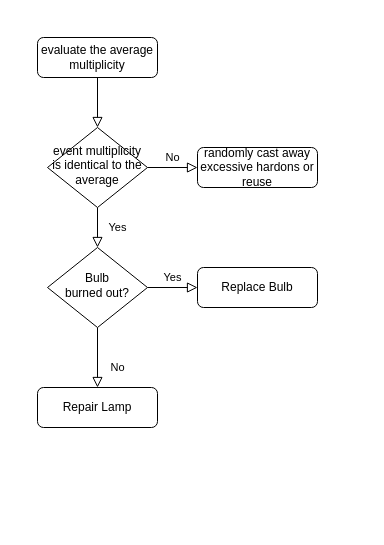
Earlier version of the draw.io diagram universe_manuscript.drawio (gamebm/draw.io). Source tidied: cells renumbered, new cells numbered last; positions are measured from the earlier drawing's top-left corner, leaving out a move shared by most shapes. Both pictures are drawn from the tidied source at 100%, with x=0, y=0 at pixel (37, 37).
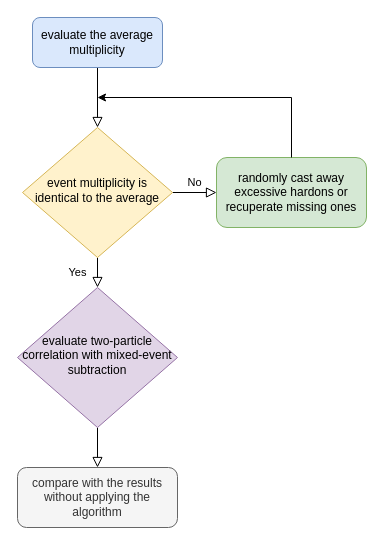
The same diagram, later.

Diff of the diagram source:
```diff
@@
 <mxGraphModel>
   <root>
     <mxCell id="0" />
     <mxCell id="1" parent="0" />
     <mxCell id="2" style="rounded=0;html=1;jettySize=auto;fontSize=11;endArrow=block;endFill=0;endSize=8;strokeWidth=1;shadow=0;labelBackgroundColor=none;edgeStyle=orthogonalEdgeStyle;" parent="1" edge="1" source="3" target="6">
       <mxGeometry relative="1" as="geometry" />
     </mxCell>
-    <mxCell id="3" value="evaluate the average multiplicity" style="rounded=1;whiteSpace=wrap;html=1;fontSize=12;glass=0;strokeWidth=1;shadow=0;" parent="1" vertex="1">
-      <mxGeometry width="120" height="40" as="geometry" />
+    <mxCell id="3" value="evaluate the average multiplicity" style="rounded=1;whiteSpace=wrap;html=1;fontSize=12;glass=0;strokeWidth=1;shadow=0;fillColor=#dae8fc;strokeColor=#6c8ebf;" parent="1" vertex="1">
+      <mxGeometry x="-5" y="-20" width="130" height="50" as="geometry" />
     </mxCell>
     <mxCell id="4" value="Yes" style="rounded=0;html=1;jettySize=auto;fontSize=11;endArrow=block;endFill=0;endSize=8;strokeWidth=1;shadow=0;labelBackgroundColor=none;edgeStyle=orthogonalEdgeStyle;" parent="1" edge="1" source="6" target="10">
       <mxGeometry y="20" relative="1" as="geometry" />
     </mxCell>
     <mxCell id="5" value="No" style="edgeStyle=orthogonalEdgeStyle;rounded=0;html=1;jettySize=auto;fontSize=11;endArrow=block;endFill=0;endSize=8;strokeWidth=1;shadow=0;labelBackgroundColor=none;" parent="1" edge="1" source="6" target="7">
       <mxGeometry y="10" relative="1" as="geometry" />
     </mxCell>
-    <mxCell id="6" value="event multiplicity is identical to the average" style="rhombus;whiteSpace=wrap;html=1;shadow=0;fontFamily=Helvetica;fontSize=12;align=center;strokeWidth=1;spacing=6;spacingTop=-4;" parent="1" vertex="1">
-      <mxGeometry x="10" y="90" width="100" height="80" as="geometry" />
+    <mxCell id="6" value="event multiplicity is identical to the average" style="rhombus;whiteSpace=wrap;html=1;shadow=0;fontFamily=Helvetica;fontSize=12;align=center;strokeWidth=1;spacing=6;spacingTop=-4;fillColor=#fff2cc;strokeColor=#d6b656;" parent="1" vertex="1">
+      <mxGeometry x="-15" y="90" width="150" height="130" as="geometry" />
     </mxCell>
-    <mxCell id="7" value="randomly cast away excessive hardons or reuse " style="rounded=1;whiteSpace=wrap;html=1;fontSize=12;glass=0;strokeWidth=1;shadow=0;" parent="1" vertex="1">
-      <mxGeometry x="160" y="110" width="120" height="40" as="geometry" />
+    <mxCell id="7" value="randomly cast away excessive hardons or recuperate missing ones " style="rounded=1;whiteSpace=wrap;html=1;fontSize=12;glass=0;strokeWidth=1;shadow=0;fillColor=#d5e8d4;strokeColor=#82b366;" parent="1" vertex="1">
+      <mxGeometry x="179" y="120" width="150" height="70" as="geometry" />
     </mxCell>
-    <mxCell id="8" value="No" style="rounded=0;html=1;jettySize=auto;fontSize=11;endArrow=block;endFill=0;endSize=8;strokeWidth=1;shadow=0;labelBackgroundColor=none;edgeStyle=orthogonalEdgeStyle;" parent="1" edge="1" source="10" target="11">
+    <mxCell id="8" style="rounded=0;html=1;jettySize=auto;fontSize=11;endArrow=block;endFill=0;endSize=8;strokeWidth=1;shadow=0;labelBackgroundColor=none;edgeStyle=orthogonalEdgeStyle;" parent="1" edge="1" source="10" target="11">
       <mxGeometry x="0.33" y="20" relative="1" as="geometry" />
     </mxCell>
-    <mxCell id="9" value="Yes" style="edgeStyle=orthogonalEdgeStyle;rounded=0;html=1;jettySize=auto;fontSize=11;endArrow=block;endFill=0;endSize=8;strokeWidth=1;shadow=0;labelBackgroundColor=none;" parent="1" edge="1" source="10" target="12">
-      <mxGeometry y="10" relative="1" as="geometry" />
-    </mxCell>
-    <mxCell id="10" value="Bulb&lt;br&gt;burned out?" style="rhombus;whiteSpace=wrap;html=1;shadow=0;fontFamily=Helvetica;fontSize=12;align=center;strokeWidth=1;spacing=6;spacingTop=-4;" parent="1" vertex="1">
-      <mxGeometry x="10" y="210" width="100" height="80" as="geometry" />
+    <mxCell id="10" value="evaluate two-particle correlation with mixed-event subtraction" style="rhombus;whiteSpace=wrap;html=1;shadow=0;fontFamily=Helvetica;fontSize=12;align=center;strokeWidth=1;spacing=6;spacingTop=-4;fillColor=#e1d5e7;strokeColor=#9673a6;" parent="1" vertex="1">
+      <mxGeometry x="-20" y="250" width="160" height="140" as="geometry" />
     </mxCell>
-    <mxCell id="11" value="Repair Lamp" style="rounded=1;whiteSpace=wrap;html=1;fontSize=12;glass=0;strokeWidth=1;shadow=0;" parent="1" vertex="1">
-      <mxGeometry y="350" width="120" height="40" as="geometry" />
+    <mxCell id="11" value="&lt;div&gt;compare with the results without applying the algorithm&lt;/div&gt;" style="rounded=1;whiteSpace=wrap;html=1;fontSize=12;glass=0;strokeWidth=1;shadow=0;fillColor=#f5f5f5;fontColor=#333333;strokeColor=#666666;" parent="1" vertex="1">
+      <mxGeometry x="-20" y="430" width="160" height="60" as="geometry" />
     </mxCell>
-    <mxCell id="12" value="Replace Bulb" style="rounded=1;whiteSpace=wrap;html=1;fontSize=12;glass=0;strokeWidth=1;shadow=0;" parent="1" vertex="1">
-      <mxGeometry x="160" y="230" width="120" height="40" as="geometry" />
-    </mxCell>
+    <mxCell id="13" style="endArrow=classic;html=1;rounded=0;exitX=0.5;exitY=0;exitDx=0;exitDy=0;" parent="1" edge="1" source="7">
+      <mxGeometry relative="1" as="geometry">
+        <mxPoint x="60" y="60" as="targetPoint" />
+        <Array as="points">
+          <mxPoint x="254" y="60" />
+        </Array>
+      </mxGeometry>
+    </mxCell>
   </root>
 </mxGraphModel>
```
